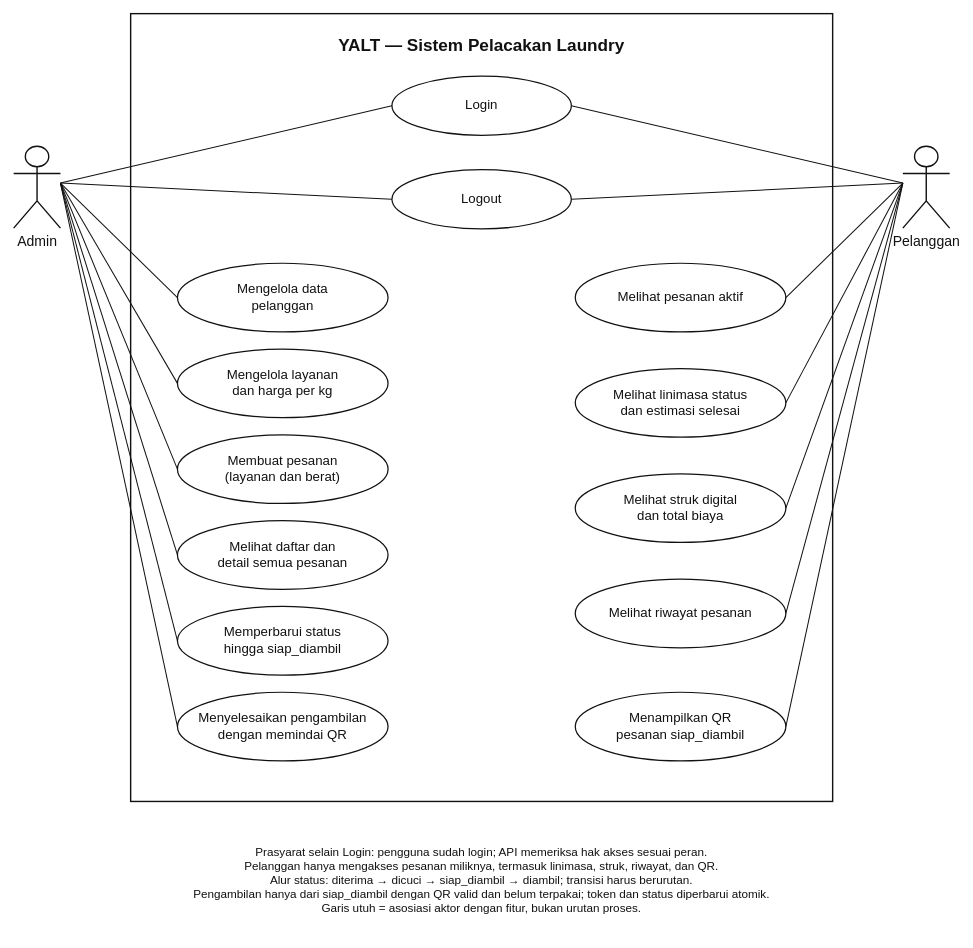
iniFaiz/yalt-laundry keeps this draw.io diagram as usecase.drawio. Above is the earlier version. Source tidied: cells renumbered, new cells numbered last; positions are measured from the earlier drawing's top-left corner, leaving out a move shared by most shapes. Both pictures are drawn from the tidied source at 78%, with x=0, y=0 at pixel (13, 13).
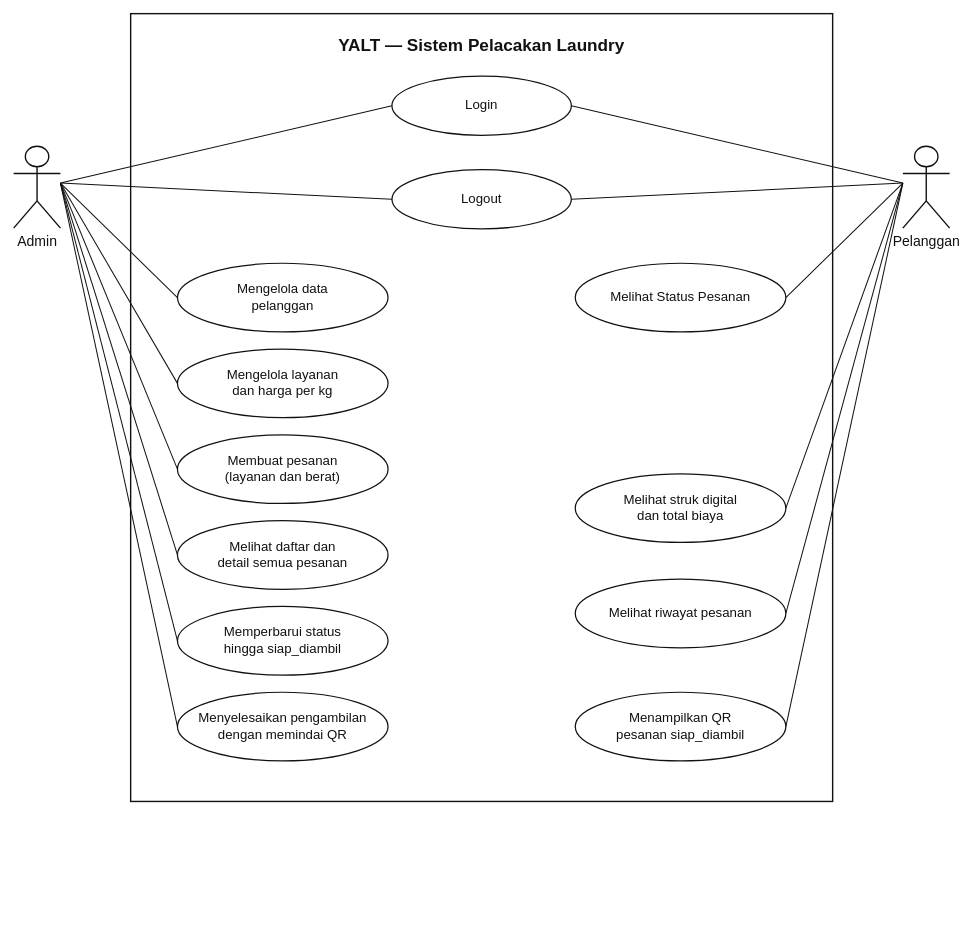
The same diagram, later.

The change refers to these unchanged cells:
```xml
<mxCell id="2" value="YALT — Sistem Pelacakan Laundry" style="html=1;fontFamily=Helvetica;fontColor=#111111;strokeColor=#111111;shape=rectangle;fillColor=#ffffff;strokeWidth=1.8;verticalAlign=top;spacingTop=22;fontSize=22;fontStyle=1;whiteSpace=wrap;" parent="1" vertex="1">
  <mxGeometry x="150" width="900" height="1010" as="geometry" />
</mxCell>
<mxCell id="16" value="Pelanggan" style="html=1;fontFamily=Helvetica;fontColor=#111111;strokeColor=#111111;shape=umlActor;verticalLabelPosition=bottom;verticalAlign=top;align=center;fillColor=#ffffff;strokeWidth=1.8;fontSize=18;" parent="1" vertex="1">
  <mxGeometry x="1140" y="170" width="60" height="105" as="geometry" />
</mxCell>
```

The edit, as a diff of the source:
```diff
@@
-    <mxCell id="10" value="Melihat pesanan aktif" style="html=1;fontFamily=Helvetica;fontColor=#111111;strokeColor=#111111;ellipse;whiteSpace=wrap;fillColor=#ffffff;strokeWidth=1.6;fontSize=17;align=center;verticalAlign=middle;spacing=8;" parent="2" vertex="1">
+    <mxCell id="10" value="Melihat Status Pesanan" style="html=1;fontFamily=Helvetica;fontColor=#111111;strokeColor=#111111;ellipse;whiteSpace=wrap;fillColor=#ffffff;strokeWidth=1.6;fontSize=17;align=center;verticalAlign=middle;spacing=8;" parent="2" vertex="1">
       <mxGeometry x="570" y="320" width="270" height="88" as="geometry" />
     </mxCell>
-    <mxCell id="11" value="Melihat linimasa status&#10;dan estimasi selesai" style="html=1;fontFamily=Helvetica;fontColor=#111111;strokeColor=#111111;ellipse;whiteSpace=wrap;fillColor=#ffffff;strokeWidth=1.6;fontSize=17;align=center;verticalAlign=middle;spacing=8;" parent="2" vertex="1">
-      <mxGeometry x="570" y="455" width="270" height="88" as="geometry" />
-    </mxCell>
@@
+    <mxCell id="31" value="Melihat daftar dan&lt;br&gt;detail semua pesanan" style="html=1;fontFamily=Helvetica;fontColor=#111111;strokeColor=#111111;ellipse;whiteSpace=wrap;fillColor=#ffffff;strokeWidth=1.6;fontSize=17;align=center;verticalAlign=middle;spacing=8;" parent="2" vertex="1">
+      <mxGeometry x="60" y="650" width="270" height="88" as="geometry" />
+    </mxCell>
@@
-    <mxCell id="27" style="html=1;fontFamily=Helvetica;fontColor=#111111;strokeColor=#111111;endArrow=none;startArrow=none;strokeWidth=1.3;exitX=0;exitY=0.45;exitPerimeter=0;entryX=1;entryY=0.5;entryPerimeter=1;" parent="1" edge="1" source="16" target="11">
-      <mxGeometry relative="1" as="geometry" />
-    </mxCell>
@@
-    <mxCell id="31" value="Melihat daftar dan&lt;br&gt;detail semua pesanan" style="html=1;fontFamily=Helvetica;fontColor=#111111;strokeColor=#111111;ellipse;whiteSpace=wrap;fillColor=#ffffff;strokeWidth=1.6;fontSize=17;align=center;verticalAlign=middle;spacing=8;" parent="2" vertex="1">
-      <mxGeometry x="60" y="650" width="270" height="88" as="geometry" />
-    </mxCell>
@@
-    <mxCell id="33" value="Prasyarat selain Login: pengguna sudah login; API memeriksa hak akses sesuai peran.&lt;br&gt;Pelanggan hanya mengakses pesanan miliknya, termasuk linimasa, struk, riwayat, dan QR.&lt;br&gt;Alur status: diterima → dicuci → siap_diambil → diambil; transisi harus berurutan.&lt;br&gt;Pengambilan hanya dari siap_diambil dengan QR valid dan belum terpakai; token dan status diperbarui atomik.&lt;br&gt;Garis utuh = asosiasi aktor dengan fitur, bukan urutan proses." style="text;html=1;whiteSpace=wrap;strokeColor=none;fillColor=none;fontFamily=Helvetica;fontSize=15;fontColor=#111111;align=center;verticalAlign=middle;" parent="1" vertex="1">
-      <mxGeometry x="90" y="1040" width="1020" height="140" as="geometry" />
-    </mxCell>
```
